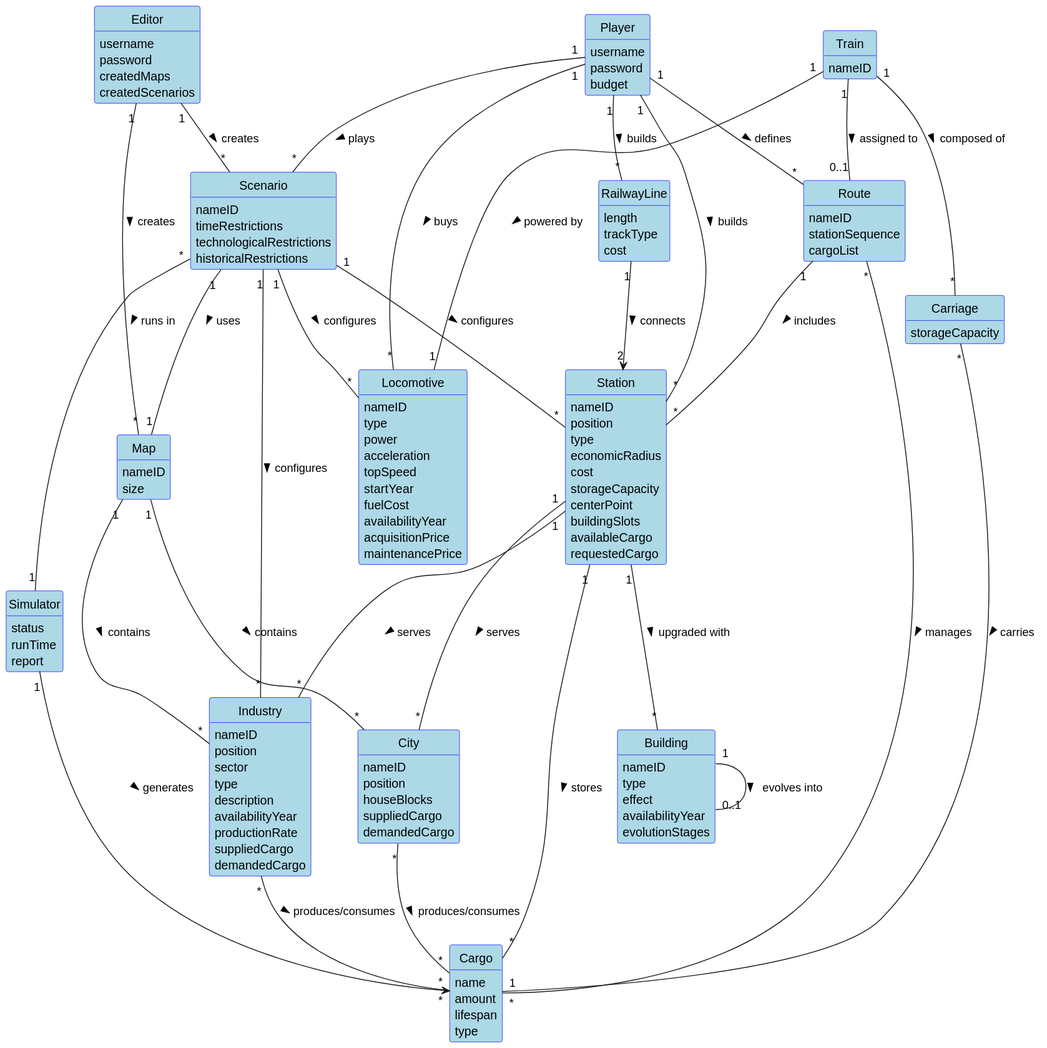
Earlier version of the PlantUML export docs/system-documentation/global-artifacts/02.analysis/svg/DomainModel_ESOFT.svg (HenriqueSilva18/Railway-Network-Simulator). Source of this version:
```plantuml
@startuml
skinparam shadowing false
skinparam classAttributeIconSize 0
skinparam class {
  BackgroundColor LightBlue
  BorderColor Blue
}
skinparam enum {
  BackgroundColor LightBlue
  BorderColor Blue
}
hide circle
hide methods

class Player {
  username
  password
  budget
}
class Editor {
    username
    password
    createdMaps
    createdScenarios
}
class Map {
  nameID
  size
}
class Scenario {
  nameID
  timeRestrictions
  technologicalRestrictions
  historicalRestrictions
}
class Simulator {
  status
  runTime
  report
}
class City {
  nameID
  position
  houseBlocks
  suppliedCargo
  demandedCargo
}

class Industry {
  nameID
  position
  sector
  type
  description
  availabilityYear
  productionRate
  suppliedCargo
  demandedCargo
}


class Cargo {
  name
  amount
  lifespan
  type
}
class Station {
  nameID
  position
  type
  economicRadius
  cost
  storageCapacity
  centerPoint
  buildingSlots
  availableCargo
  requestedCargo
}
class Building {
  nameID
  type
  effect
  availabilityYear
  evolutionStages
}
class RailwayLine {
  length
  trackType
  cost
}
class Locomotive {
  nameID
  type
  power
  acceleration
  topSpeed
  startYear
  fuelCost
  availabilityYear
  acquisitionPrice
  maintenancePrice
}
class Train {
  nameID
}
class Carriage {
  storageCapacity
}
class Route {
  nameID
  stationSequence
  cargoList
}




Editor "1" -- "*" Map : creates >
Editor "1" -- "*" Scenario : creates >

Scenario "1" -- "1" Map : uses >
Player "1" -- "*" Scenario : plays >
Scenario "*" -- "1" Simulator : runs in >

Map "1" -- "*" City : contains >
Map "1" -- "*" Industry : contains >

Industry "*" -- "*" Cargo : produces/consumes >
City "*" -- "*" Cargo : produces/consumes >

Player "1" -- "*" Station : builds >
Player "1" -- "*" RailwayLine : builds >
Station "1" -- "*" Building : upgraded with >

Station "1" -- "*" City : serves >
Station "1" -- "*" Industry : serves >
Station "1" -- "*" Cargo : stores >

RailwayLine "1" --> "2" Station : connects >

Player "1" -- "*" Locomotive : buys >
Train "1" -- "1" Locomotive : powered by >
Train "1" -- "*" Carriage : composed of >
Carriage "*" -- "1" Cargo : carries >

Train "1" -- "0..1" Route : assigned to >
Route "1" -- "*" Station : includes >
Route "*" -- "*" Cargo : manages >

Scenario "1" -- "*" Locomotive : configures >
Scenario "1" -- "*" Industry : configures >
Scenario "1" -- "*" Station : configures >


Building "1" -- "0..1" Building : evolves into >

Player "1" -- "*" Route: defines >

Simulator "1" --> "*" Cargo : generates >
@enduml
```
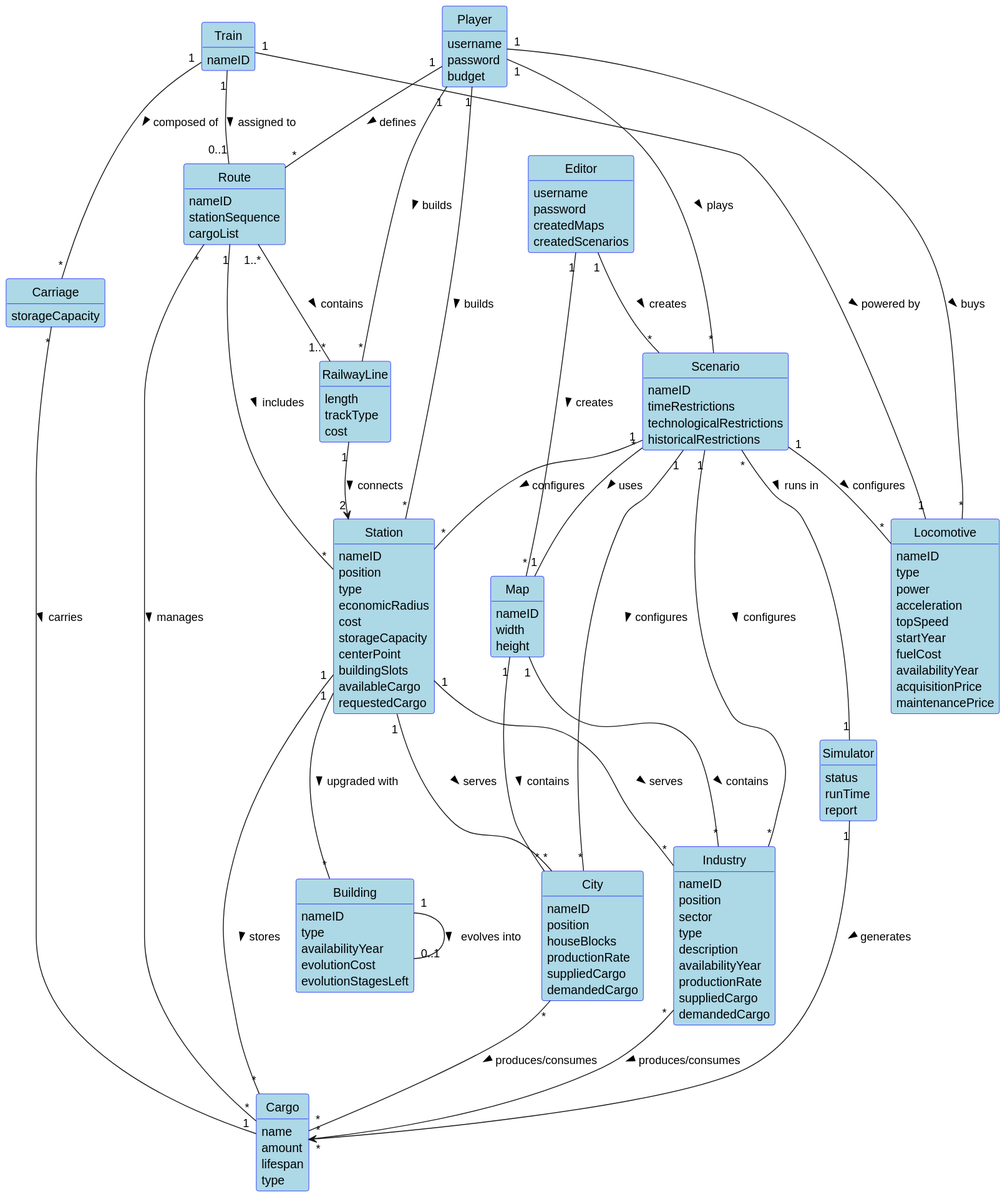
Above is the later version.

Diff of the diagram source:
```diff
@@ -25,7 +25,8 @@
 }
 class Map {
   nameID
-  size
+  width
+  height
 }
 class Scenario {
   nameID
@@ -42,6 +43,7 @@
   nameID
   position
   houseBlocks
+  productionRate
   suppliedCargo
   demandedCargo
 }
@@ -80,15 +82,16 @@
 class Building {
   nameID
   type
-  effect
   availabilityYear
-  evolutionStages
+  evolutionCost
+  evolutionStagesLeft
 }
 class RailwayLine {
   length
   trackType
   cost
 }
+
 class Locomotive {
   nameID
   type
@@ -119,7 +122,7 @@
 Editor "1" -- "*" Map : creates >
 Editor "1" -- "*" Scenario : creates >
 
-Scenario "1" -- "1" Map : uses >
+Scenario "*" -- "1" Map : uses >
 Player "1" -- "*" Scenario : plays >
 Scenario "*" -- "1" Simulator : runs in >
 
@@ -152,10 +155,13 @@
 Scenario "1" -- "*" Industry : configures >
 Scenario "1" -- "*" Station : configures >
 
+Route "1..*"-- "1..*" RailwayLine: contains >
 
 Building "1" -- "0..1" Building : evolves into >
 
 Player "1" -- "*" Route: defines >
 
 Simulator "1" --> "*" Cargo : generates >
+
+Scenario "1" -- "*" City : configures >
 @enduml
```
